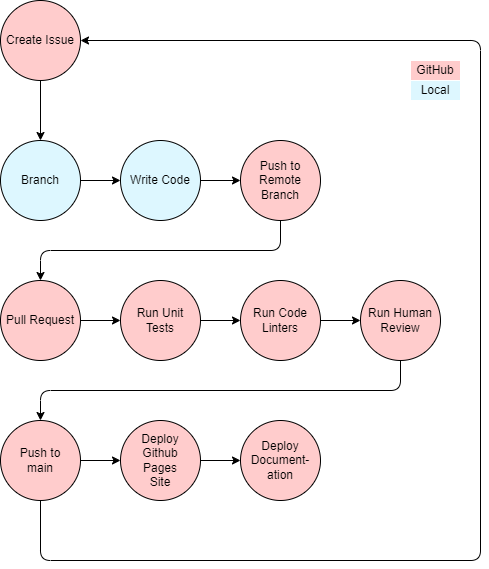
This is admin/cipipeline/phase1.drawio.png from cse110-sp25-group-10/cse110-sp25-group10, a draw.io export, as it was before one commit. Source tidied: cells renumbered, new cells last; positions are measured from the earlier drawing's top-left corner, leaving out a move shared by most shapes.
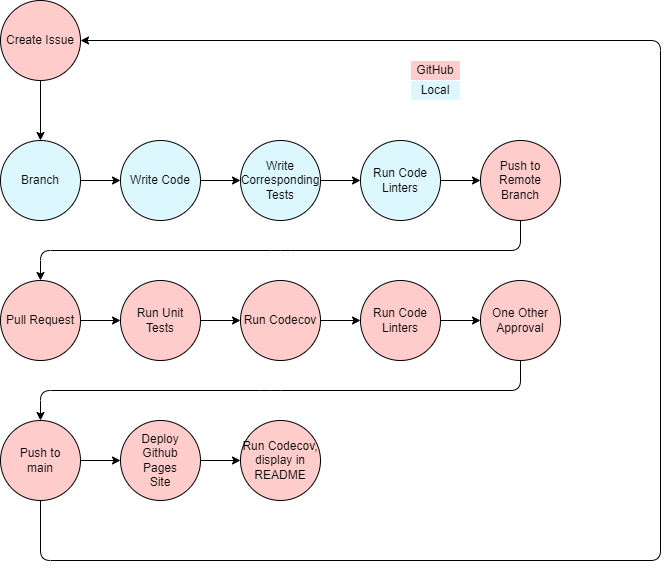
After the commit.

Commit message:
update pipeline for codecoverage

The edit, as a diff of the source:
```diff
@@ -14,22 +14,23 @@
     <mxCell id="5" value="Branch" style="ellipse;whiteSpace=wrap;html=1;fillColor=#DDF7FF;" parent="1" vertex="1">
       <mxGeometry y="140" width="80" height="80" as="geometry" />
     </mxCell>
-    <mxCell id="6" style="edgeStyle=none;html=1;entryX=0;entryY=0.5;entryDx=0;entryDy=0;" parent="1" edge="1" source="7" target="9">
-      <mxGeometry relative="1" as="geometry" />
-    </mxCell>
+    <mxCell id="26" style="edgeStyle=none;html=1;exitX=1;exitY=0.5;exitDx=0;exitDy=0;entryX=0;entryY=0.5;entryDx=0;entryDy=0;" parent="1" edge="1" source="7" target="35">
+      <mxGeometry relative="1" as="geometry" />
+    </mxCell>
     <mxCell id="7" value="Write Code" style="ellipse;whiteSpace=wrap;html=1;fillColor=#DDF7FF;" parent="1" vertex="1">
       <mxGeometry x="120" y="140" width="80" height="80" as="geometry" />
     </mxCell>
     <mxCell id="8" style="edgeStyle=none;html=1;entryX=0.5;entryY=0;entryDx=0;entryDy=0;" parent="1" edge="1" source="9" target="11">
       <mxGeometry relative="1" as="geometry">
         <Array as="points">
+          <mxPoint x="520" y="250" />
           <mxPoint x="280" y="250" />
           <mxPoint x="40" y="250" />
         </Array>
       </mxGeometry>
     </mxCell>
     <mxCell id="9" value="Push to&lt;div&gt;Remote&lt;/div&gt;&lt;div&gt;Branch&lt;/div&gt;" style="ellipse;whiteSpace=wrap;html=1;fillColor=#FFCCCC;" parent="1" vertex="1">
-      <mxGeometry x="240" y="140" width="80" height="80" as="geometry" />
+      <mxGeometry x="480" y="140" width="80" height="80" as="geometry" />
     </mxCell>
     <mxCell id="10" style="edgeStyle=none;html=1;entryX=0;entryY=0.5;entryDx=0;entryDy=0;" parent="1" edge="1" source="11" target="13">
       <mxGeometry relative="1" as="geometry" />
@@ -37,29 +38,18 @@
     <mxCell id="11" value="Pull Request" style="ellipse;whiteSpace=wrap;html=1;fillColor=#FFCCCC;" parent="1" vertex="1">
       <mxGeometry y="280" width="80" height="80" as="geometry" />
     </mxCell>
-    <mxCell id="12" style="edgeStyle=none;html=1;entryX=0;entryY=0.5;entryDx=0;entryDy=0;" parent="1" edge="1" source="13" target="15">
-      <mxGeometry relative="1" as="geometry" />
-    </mxCell>
+    <mxCell id="27" style="edgeStyle=none;html=1;exitX=1;exitY=0.5;exitDx=0;exitDy=0;" parent="1" edge="1" source="13" target="30">
+      <mxGeometry relative="1" as="geometry" />
+    </mxCell>
     <mxCell id="13" value="Run Unit&lt;div&gt;Tests&lt;/div&gt;" style="ellipse;whiteSpace=wrap;html=1;fillColor=#FFCCCC;" parent="1" vertex="1">
       <mxGeometry x="120" y="280" width="80" height="80" as="geometry" />
     </mxCell>
-    <mxCell id="14" style="edgeStyle=none;html=1;entryX=0;entryY=0.5;entryDx=0;entryDy=0;" parent="1" edge="1" source="15" target="17">
-      <mxGeometry relative="1" as="geometry" />
-    </mxCell>
+    <mxCell id="28" style="edgeStyle=none;html=1;entryX=0;entryY=0.5;entryDx=0;entryDy=0;" parent="1" edge="1" source="15" target="32">
+      <mxGeometry relative="1" as="geometry" />
+    </mxCell>
     <mxCell id="15" value="Run Code&lt;div&gt;Linters&lt;/div&gt;" style="ellipse;whiteSpace=wrap;html=1;fillColor=#FFCCCC;" parent="1" vertex="1">
-      <mxGeometry x="240" y="280" width="80" height="80" as="geometry" />
+      <mxGeometry x="360" y="280" width="80" height="80" as="geometry" />
     </mxCell>
-    <mxCell id="16" style="edgeStyle=none;html=1;entryX=0.5;entryY=0;entryDx=0;entryDy=0;" parent="1" edge="1" source="17" target="20">
-      <mxGeometry relative="1" as="geometry">
-        <Array as="points">
-          <mxPoint x="400" y="390" />
-          <mxPoint x="40" y="390" />
-        </Array>
-      </mxGeometry>
-    </mxCell>
-    <mxCell id="17" value="Run Human&lt;div&gt;Review&lt;/div&gt;" style="ellipse;whiteSpace=wrap;html=1;fillColor=#FFCCCC;" parent="1" vertex="1">
-      <mxGeometry x="360" y="280" width="80" height="80" as="geometry" />
-    </mxCell>
     <mxCell id="18" style="edgeStyle=none;html=1;entryX=0;entryY=0.5;entryDx=0;entryDy=0;" parent="1" edge="1" source="20" target="22">
       <mxGeometry relative="1" as="geometry" />
     </mxCell>
@@ -67,16 +57,18 @@
       <mxGeometry relative="1" as="geometry">
         <Array as="points">
           <mxPoint x="40" y="560" />
-          <mxPoint x="480" y="560" />
-          <mxPoint x="480" y="40" />
+          <mxPoint x="660" y="560" />
+          <mxPoint x="660" y="40" />
         </Array>
       </mxGeometry>
     </mxCell>
     <mxCell id="20" value="Push to&lt;div&gt;main&lt;/div&gt;" style="ellipse;whiteSpace=wrap;html=1;fillColor=#FFCCCC;" parent="1" vertex="1">
       <mxGeometry y="420" width="80" height="80" as="geometry" />
     </mxCell>
-    <mxCell id="21" style="edgeStyle=none;html=1;" parent="1" edge="1" source="22" target="25">
-      <mxGeometry relative="1" as="geometry" />
+    <mxCell id="21" style="edgeStyle=none;html=1;" parent="1" edge="1" source="22">
+      <mxGeometry relative="1" as="geometry">
+        <mxPoint x="240" y="460" as="targetPoint" />
+      </mxGeometry>
     </mxCell>
     <mxCell id="22" value="Deploy&lt;div&gt;Github&lt;/div&gt;&lt;div&gt;Pages&lt;/div&gt;&lt;div&gt;Site&lt;/div&gt;" style="ellipse;whiteSpace=wrap;html=1;fillColor=#FFCCCC;" parent="1" vertex="1">
       <mxGeometry x="120" y="420" width="80" height="80" as="geometry" />
@@ -87,8 +79,38 @@
     <mxCell id="24" value="Local" style="rounded=0;whiteSpace=wrap;html=1;strokeColor=#FFFFFF;fillColor=#DDF7FF;" parent="1" vertex="1">
       <mxGeometry x="410" y="80" width="50" height="20" as="geometry" />
     </mxCell>
-    <mxCell id="25" value="Deploy Document-ation" style="ellipse;whiteSpace=wrap;html=1;fillColor=#FFCCCC;" parent="1" vertex="1">
-      <mxGeometry x="240" y="420" width="80" height="80" as="geometry" />
-    </mxCell>
+    <mxCell id="29" style="edgeStyle=none;html=1;entryX=0;entryY=0.5;entryDx=0;entryDy=0;" parent="1" edge="1" source="30" target="15">
+      <mxGeometry relative="1" as="geometry" />
+    </mxCell>
+    <mxCell id="30" value="Run Codecov" style="ellipse;whiteSpace=wrap;html=1;fillColor=#FFCCCC;" parent="1" vertex="1">
+      <mxGeometry x="240" y="280" width="80" height="80" as="geometry" />
+    </mxCell>
+    <mxCell id="31" style="edgeStyle=none;html=1;entryX=0.5;entryY=0;entryDx=0;entryDy=0;" parent="1" edge="1" source="32" target="20">
+      <mxGeometry relative="1" as="geometry">
+        <Array as="points">
+          <mxPoint x="520" y="390" />
+          <mxPoint x="270" y="390" />
+          <mxPoint x="40" y="390" />
+        </Array>
+      </mxGeometry>
+    </mxCell>
+    <mxCell id="32" value="One Other Approval" style="ellipse;whiteSpace=wrap;html=1;fillColor=#FFCCCC;" parent="1" vertex="1">
+      <mxGeometry x="480" y="280" width="80" height="80" as="geometry" />
+    </mxCell>
+    <mxCell id="33" value="Run Codecov, display in README" style="ellipse;whiteSpace=wrap;html=1;fillColor=#FFCCCC;" parent="1" vertex="1">
+      <mxGeometry x="240" y="420" width="80" height="80" as="geometry" />
+    </mxCell>
+    <mxCell id="34" style="edgeStyle=none;html=1;entryX=0;entryY=0.5;entryDx=0;entryDy=0;" parent="1" edge="1" source="35" target="37">
+      <mxGeometry relative="1" as="geometry" />
+    </mxCell>
+    <mxCell id="35" value="Write Corresponding Tests" style="ellipse;whiteSpace=wrap;html=1;fillColor=#DDF7FF;" parent="1" vertex="1">
+      <mxGeometry x="240" y="140" width="80" height="80" as="geometry" />
+    </mxCell>
+    <mxCell id="36" style="edgeStyle=none;html=1;entryX=0;entryY=0.5;entryDx=0;entryDy=0;" parent="1" edge="1" source="37" target="9">
+      <mxGeometry relative="1" as="geometry" />
+    </mxCell>
+    <mxCell id="37" value="Run Code Linters" style="ellipse;whiteSpace=wrap;html=1;fillColor=#DDF7FF;" parent="1" vertex="1">
+      <mxGeometry x="360" y="140" width="80" height="80" as="geometry" />
+    </mxCell>
   </root>
 </mxGraphModel>
```
